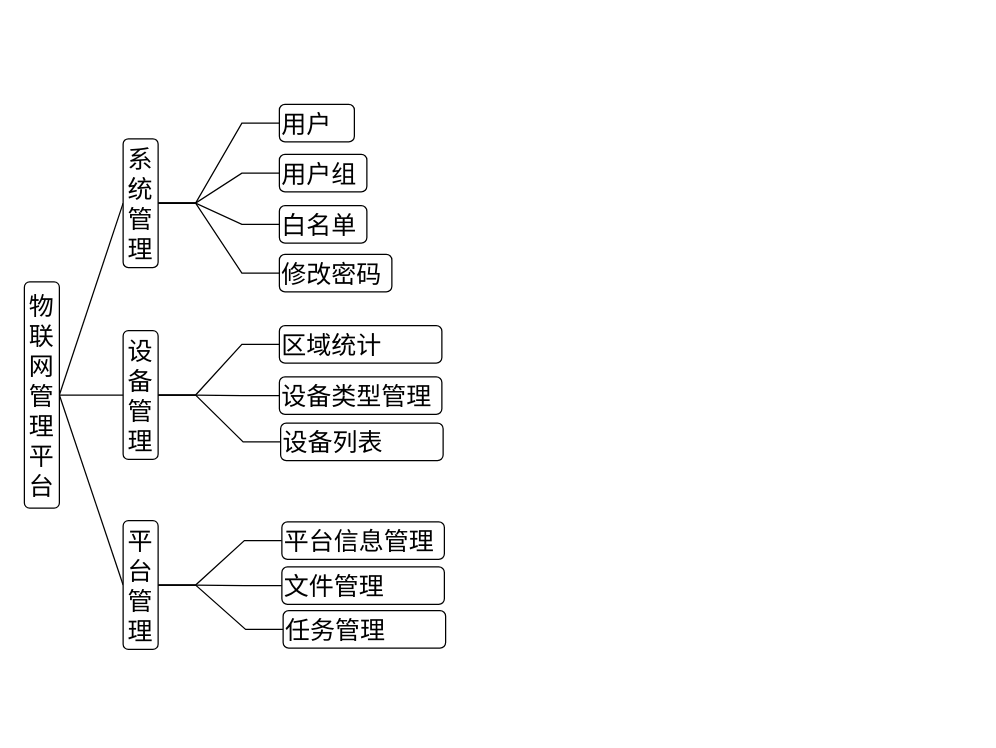
Earlier version of the draw.io diagram IOTManage/function-divide.drawio (waterwatermelon/graph). Source tidied: cells renumbered, new cells numbered last; positions are measured from the earlier drawing's top-left corner, leaving out a move shared by most shapes. Both pictures are drawn from the tidied source at 125%, with x=0, y=0 at pixel (24, 104).
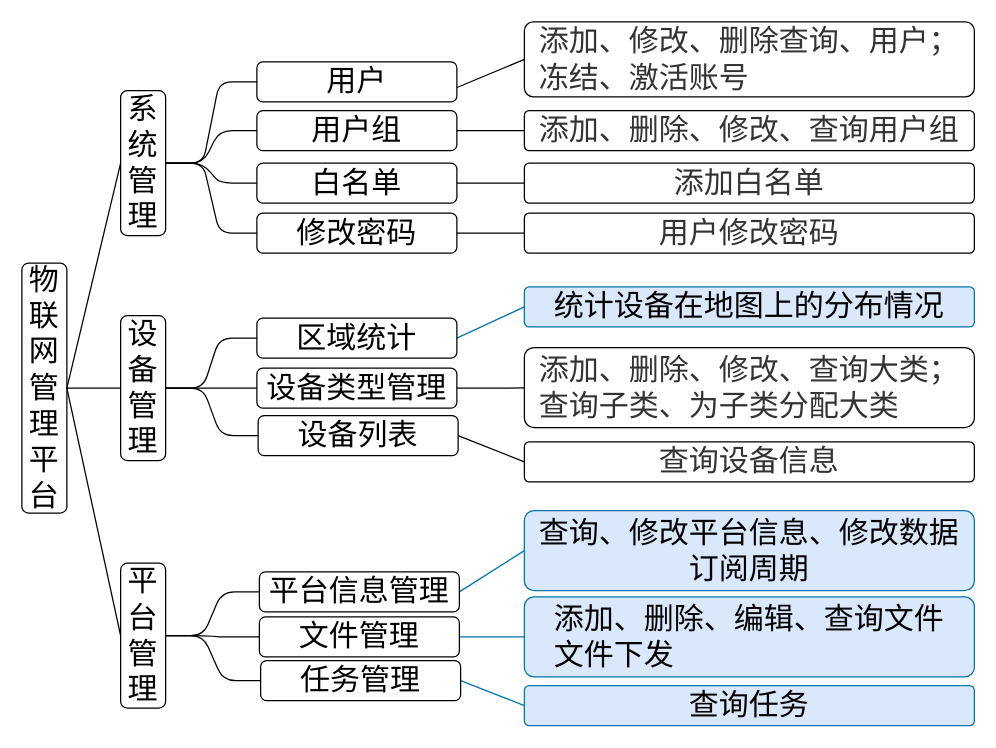
The same page after the edit.

Diff of the diagram source:
```diff
@@
-    <mxCell id="2" style="edgeStyle=entityRelationEdgeStyle;rounded=0;jettySize=auto;html=1;exitX=1;exitY=0.5;exitDx=0;exitDy=0;entryX=0;entryY=0.5;entryDx=0;entryDy=0;endArrow=none;endFill=0;align=left;" parent="1" edge="1" source="27" target="7">
+    <mxCell id="2" style="edgeStyle=entityRelationEdgeStyle;rounded=1;jettySize=auto;html=1;exitX=1;exitY=0.5;exitDx=0;exitDy=0;entryX=0;entryY=0.5;entryDx=0;entryDy=0;endArrow=none;align=center;fontSize=24;fontColor=#000000;fillColor=none;" parent="1" edge="1" source="27" target="7">
       <mxGeometry relative="1" as="geometry" />
     </mxCell>
-    <mxCell id="3" style="edgeStyle=entityRelationEdgeStyle;rounded=0;jettySize=auto;html=1;entryX=0;entryY=0.5;entryDx=0;entryDy=0;endArrow=none;endFill=0;align=left;exitX=1;exitY=0.5;exitDx=0;exitDy=0;" parent="1" edge="1" source="27" target="9">
+    <mxCell id="3" style="edgeStyle=entityRelationEdgeStyle;rounded=1;jettySize=auto;html=1;entryX=0;entryY=0.5;entryDx=0;entryDy=0;endArrow=none;align=center;exitX=1;exitY=0.5;exitDx=0;exitDy=0;fontSize=24;fontColor=#000000;fillColor=none;" parent="1" edge="1" source="27" target="9">
       <mxGeometry relative="1" as="geometry" />
     </mxCell>
-    <mxCell id="4" style="edgeStyle=entityRelationEdgeStyle;rounded=0;jettySize=auto;html=1;entryX=0;entryY=0.5;entryDx=0;entryDy=0;endArrow=none;endFill=0;align=left;exitX=1;exitY=0.5;exitDx=0;exitDy=0;" parent="1" edge="1" source="27" target="8">
+    <mxCell id="4" style="edgeStyle=entityRelationEdgeStyle;rounded=1;jettySize=auto;html=1;entryX=0;entryY=0.5;entryDx=0;entryDy=0;endArrow=none;align=center;exitX=1;exitY=0.5;exitDx=0;exitDy=0;fontSize=24;fontColor=#000000;fillColor=none;" parent="1" edge="1" source="27" target="8">
       <mxGeometry relative="1" as="geometry" />
     </mxCell>
-    <mxCell id="5" style="edgeStyle=entityRelationEdgeStyle;rounded=0;jettySize=auto;html=1;entryX=0;entryY=0.5;entryDx=0;entryDy=0;endArrow=none;endFill=0;align=left;exitX=1;exitY=0.5;exitDx=0;exitDy=0;" parent="1" edge="1" source="27" target="6">
+    <mxCell id="5" style="edgeStyle=entityRelationEdgeStyle;rounded=1;jettySize=auto;html=1;entryX=0;entryY=0.5;entryDx=0;entryDy=0;endArrow=none;align=center;exitX=1;exitY=0.5;exitDx=0;exitDy=0;fontSize=24;fontColor=#000000;fillColor=none;" parent="1" edge="1" source="27" target="6">
       <mxGeometry relative="1" as="geometry" />
     </mxCell>
+    <mxCell id="29" style="edgeStyle=none;rounded=1;jettySize=auto;html=1;exitX=1;exitY=0.5;exitDx=0;exitDy=0;entryX=0;entryY=0.5;entryDx=0;entryDy=0;endArrow=none;fontSize=24;fontColor=#000000;align=center;fillColor=none;" parent="1" edge="1" target="30">
+      <mxGeometry relative="1" as="geometry">
+        <mxPoint x="346.1" y="-13.5" as="sourcePoint" />
+      </mxGeometry>
+    </mxCell>
-    <mxCell id="6" value="&lt;font style=&quot;font-size: 20px&quot;&gt;用户&lt;/font&gt;" style="rounded=1;whiteSpace=wrap;html=1;align=left;" parent="1" vertex="1">
-      <mxGeometry x="204" width="60" height="30" as="geometry" />
+    <mxCell id="6" value="&lt;font style=&quot;font-size: 24px;&quot;&gt;用户&lt;/font&gt;" style="rounded=1;whiteSpace=wrap;html=1;align=center;fontSize=24;fillColor=none;" parent="1" vertex="1">
+      <mxGeometry x="186" y="-34" width="160" height="32" as="geometry" />
     </mxCell>
+    <mxCell id="30" value="&lt;font style=&quot;font-size: 24px&quot;&gt;添加、修改、删除查询、用户；&lt;br&gt;&lt;div style=&quot;text-align: left&quot;&gt;&lt;span&gt;冻结、激活账号&lt;/span&gt;&lt;/div&gt;&lt;/font&gt;" style="rounded=1;whiteSpace=wrap;html=1;align=center;fontSize=24;fillColor=none;arcSize=12;fontStyle=0;fontColor=#333333;" parent="1" vertex="1">
+      <mxGeometry x="400" y="-66" width="360" height="60" as="geometry" />
+    </mxCell>
-    <mxCell id="7" value="&lt;font style=&quot;font-size: 20px&quot;&gt;用户组&lt;/font&gt;" style="rounded=1;whiteSpace=wrap;html=1;align=left;" parent="1" vertex="1">
-      <mxGeometry x="204" y="40" width="70" height="30" as="geometry" />
+    <mxCell id="7" value="&lt;font style=&quot;font-size: 24px;&quot;&gt;用户组&lt;/font&gt;" style="rounded=1;whiteSpace=wrap;html=1;align=center;fontSize=24;fillColor=none;" parent="1" vertex="1">
+      <mxGeometry x="186" y="5" width="160" height="32" as="geometry" />
     </mxCell>
+    <mxCell id="31" style="edgeStyle=entityRelationEdgeStyle;rounded=0;jettySize=auto;html=1;endArrow=none;endFill=0;fontSize=24;fontColor=#333333;align=center;" parent="1" edge="1" source="32" target="7">
+      <mxGeometry relative="1" as="geometry" />
+    </mxCell>
+    <mxCell id="32" value="添加、删除、修改、查询用户组&lt;br&gt;" style="rounded=1;whiteSpace=wrap;html=1;align=center;fontSize=24;fillColor=none;arcSize=12;fontStyle=0;fontColor=#333333;" parent="1" vertex="1">
+      <mxGeometry x="400" y="5" width="360" height="32" as="geometry" />
+    </mxCell>
+    <mxCell id="33" style="edgeStyle=entityRelationEdgeStyle;rounded=0;jettySize=auto;html=1;exitX=1;exitY=0.5;exitDx=0;exitDy=0;entryX=0;entryY=0.5;entryDx=0;entryDy=0;endArrow=none;endFill=0;fontSize=24;fontColor=#333333;align=center;" parent="1" edge="1" source="8" target="48">
+      <mxGeometry relative="1" as="geometry" />
+    </mxCell>
-    <mxCell id="8" value="&lt;span style=&quot;font-size: 20px&quot;&gt;白名单&lt;/span&gt;" style="rounded=1;whiteSpace=wrap;html=1;align=left;" parent="1" vertex="1">
-      <mxGeometry x="204" y="81" width="70" height="30" as="geometry" />
+    <mxCell id="8" value="&lt;span style=&quot;font-size: 24px;&quot;&gt;白名单&lt;/span&gt;" style="rounded=1;whiteSpace=wrap;html=1;align=center;fontSize=24;fillColor=none;" parent="1" vertex="1">
+      <mxGeometry x="186" y="47" width="160" height="32" as="geometry" />
     </mxCell>
+    <mxCell id="34" style="edgeStyle=entityRelationEdgeStyle;rounded=0;jettySize=auto;html=1;exitX=1;exitY=0.5;exitDx=0;exitDy=0;entryX=0;entryY=0.5;entryDx=0;entryDy=0;endArrow=none;endFill=0;fontSize=24;fontColor=#333333;align=center;" parent="1" edge="1" source="9" target="35">
+      <mxGeometry relative="1" as="geometry" />
+    </mxCell>
-    <mxCell id="9" value="&lt;span style=&quot;font-size: 20px&quot;&gt;修改密码&lt;/span&gt;" style="rounded=1;whiteSpace=wrap;html=1;align=left;" parent="1" vertex="1">
-      <mxGeometry x="204" y="120" width="90" height="30" as="geometry" />
+    <mxCell id="9" value="&lt;span style=&quot;font-size: 24px;&quot;&gt;修改密码&lt;/span&gt;" style="rounded=1;whiteSpace=wrap;html=1;align=center;fontSize=24;fillColor=none;" parent="1" vertex="1">
+      <mxGeometry x="186" y="87" width="160" height="32" as="geometry" />
     </mxCell>
+    <mxCell id="35" value="&lt;span style=&quot;font-size: 24px&quot;&gt;用户修改密码&lt;/span&gt;" style="rounded=1;whiteSpace=wrap;html=1;align=center;fontSize=24;fillColor=none;arcSize=12;fontStyle=0;fontColor=#333333;" parent="1" vertex="1">
+      <mxGeometry x="400" y="87" width="360" height="32" as="geometry" />
+    </mxCell>
-    <mxCell id="10" style="edgeStyle=entityRelationEdgeStyle;rounded=0;jettySize=auto;html=1;exitX=1;exitY=0.5;exitDx=0;exitDy=0;entryX=0;entryY=0.5;entryDx=0;entryDy=0;endArrow=none;endFill=0;align=left;" parent="1" edge="1" source="13" target="15">
+    <mxCell id="10" style="edgeStyle=entityRelationEdgeStyle;rounded=1;jettySize=auto;html=1;exitX=1;exitY=0.5;exitDx=0;exitDy=0;entryX=0;entryY=0.5;entryDx=0;entryDy=0;endArrow=none;align=center;fontSize=24;fontColor=#000000;fillColor=none;" parent="1" edge="1" source="13" target="15">
       <mxGeometry relative="1" as="geometry" />
     </mxCell>
-    <mxCell id="11" style="edgeStyle=entityRelationEdgeStyle;rounded=0;jettySize=auto;html=1;exitX=1;exitY=0.5;exitDx=0;exitDy=0;entryX=0;entryY=0.5;entryDx=0;entryDy=0;endArrow=none;endFill=0;align=left;" parent="1" edge="1" source="13" target="16">
+    <mxCell id="11" style="edgeStyle=entityRelationEdgeStyle;rounded=1;jettySize=auto;html=1;exitX=1;exitY=0.5;exitDx=0;exitDy=0;entryX=0;entryY=0.5;entryDx=0;entryDy=0;endArrow=none;align=center;fontSize=24;fontColor=#000000;fillColor=none;" parent="1" edge="1" source="13" target="16">
       <mxGeometry relative="1" as="geometry" />
     </mxCell>
-    <mxCell id="12" style="edgeStyle=entityRelationEdgeStyle;rounded=0;jettySize=auto;html=1;exitX=1;exitY=0.5;exitDx=0;exitDy=0;entryX=0;entryY=0.5;entryDx=0;entryDy=0;endArrow=none;endFill=0;align=left;" parent="1" edge="1" source="13" target="14">
+    <mxCell id="12" style="edgeStyle=entityRelationEdgeStyle;rounded=1;jettySize=auto;html=1;exitX=1;exitY=0.5;exitDx=0;exitDy=0;entryX=0;entryY=0.5;entryDx=0;entryDy=0;endArrow=none;align=center;fontSize=24;fontColor=#000000;fillColor=none;" parent="1" edge="1" source="13" target="14">
       <mxGeometry relative="1" as="geometry" />
     </mxCell>
-    <mxCell id="13" value="&lt;font style=&quot;font-size: 20px&quot;&gt;设备管理&lt;/font&gt;" style="rounded=1;whiteSpace=wrap;html=1;align=center;" parent="1" vertex="1">
-      <mxGeometry x="79" y="181" width="28" height="103" as="geometry" />
+    <mxCell id="13" value="&lt;font style=&quot;font-size: 24px;&quot;&gt;设备管理&lt;/font&gt;" style="rounded=1;whiteSpace=wrap;html=1;align=center;fontSize=24;fillColor=none;" parent="1" vertex="1">
+      <mxGeometry x="77" y="169" width="36" height="116" as="geometry" />
     </mxCell>
+    <mxCell id="36" style="edgeStyle=none;rounded=1;jettySize=auto;html=1;exitX=1;exitY=0.5;exitDx=0;exitDy=0;entryX=0;entryY=0.5;entryDx=0;entryDy=0;endArrow=none;fontSize=24;fontColor=#000000;align=center;fillColor=#dae8fc;strokeColor=#0174AB;" parent="1" edge="1" source="14" target="37">
+      <mxGeometry relative="1" as="geometry" />
+    </mxCell>
-    <mxCell id="14" value="&lt;span style=&quot;font-size: 20px&quot;&gt;区域统计&lt;/span&gt;" style="rounded=1;whiteSpace=wrap;html=1;align=left;" parent="1" vertex="1">
-      <mxGeometry x="204" y="177" width="130" height="30" as="geometry" />
+    <mxCell id="14" value="&lt;span style=&quot;font-size: 24px;&quot;&gt;区域统计&lt;/span&gt;" style="rounded=1;whiteSpace=wrap;html=1;align=center;fontSize=24;fillColor=none;" parent="1" vertex="1">
+      <mxGeometry x="186" y="171" width="160" height="32" as="geometry" />
     </mxCell>
+    <mxCell id="37" value="&lt;span style=&quot;font-size: 24px&quot;&gt;统计设备在地图上的分布情况&lt;/span&gt;" style="rounded=1;whiteSpace=wrap;html=1;align=center;fontSize=24;fillColor=#dae8fc;strokeColor=#0174AB;arcSize=12;fontStyle=0;fontColor=#000000;labelBackgroundColor=none;" parent="1" vertex="1">
+      <mxGeometry x="400" y="146" width="360" height="32" as="geometry" />
+    </mxCell>
+    <mxCell id="38" style="edgeStyle=none;rounded=1;jettySize=auto;html=1;endArrow=none;fontSize=24;fontColor=#000000;align=center;exitX=1;exitY=0.5;exitDx=0;exitDy=0;fillColor=none;" parent="1" edge="1" source="15" target="39">
+      <mxGeometry relative="1" as="geometry" />
+    </mxCell>
-    <mxCell id="15" value="&lt;span style=&quot;font-size: 20px&quot;&gt;设备类型管理&lt;/span&gt;" style="rounded=1;whiteSpace=wrap;html=1;align=left;" parent="1" vertex="1">
-      <mxGeometry x="204" y="218" width="130" height="30" as="geometry" />
+    <mxCell id="15" value="&lt;span style=&quot;font-size: 24px;&quot;&gt;设备类型管理&lt;/span&gt;" style="rounded=1;whiteSpace=wrap;html=1;align=center;fontSize=24;fillColor=none;" parent="1" vertex="1">
+      <mxGeometry x="186" y="211" width="160" height="32" as="geometry" />
     </mxCell>
+    <mxCell id="39" value="&lt;div style=&quot;text-align: left&quot;&gt;&lt;span&gt;添加、删除、修改、查询大类；&lt;/span&gt;&lt;/div&gt;&lt;span style=&quot;font-size: 24px&quot;&gt;&lt;div style=&quot;text-align: left&quot;&gt;&lt;span&gt;查询子类、为子类分配大类&lt;/span&gt;&lt;/div&gt;&lt;/span&gt;" style="rounded=1;whiteSpace=wrap;html=1;align=center;fontSize=24;fillColor=none;arcSize=12;fontStyle=0;fontColor=#333333;" parent="1" vertex="1">
+      <mxGeometry x="400" y="194.5" width="360" height="64" as="geometry" />
+    </mxCell>
+    <mxCell id="40" style="edgeStyle=none;rounded=1;jettySize=auto;html=1;exitX=1;exitY=0.5;exitDx=0;exitDy=0;entryX=0;entryY=0.5;entryDx=0;entryDy=0;endArrow=none;fontSize=24;fontColor=#000000;align=center;fillColor=none;" parent="1" edge="1" source="16" target="41">
+      <mxGeometry relative="1" as="geometry" />
+    </mxCell>
-    <mxCell id="16" value="&lt;span style=&quot;font-size: 20px&quot;&gt;设备列表&lt;/span&gt;" style="rounded=1;whiteSpace=wrap;html=1;align=left;" parent="1" vertex="1">
-      <mxGeometry x="205" y="255" width="130" height="30" as="geometry" />
+    <mxCell id="16" value="&lt;span style=&quot;font-size: 24px;&quot;&gt;设备列表&lt;/span&gt;" style="rounded=1;whiteSpace=wrap;html=1;align=center;fontSize=24;fillColor=none;" parent="1" vertex="1">
+      <mxGeometry x="187" y="249" width="160" height="32" as="geometry" />
     </mxCell>
+    <mxCell id="41" value="&lt;span style=&quot;font-size: 24px&quot;&gt;查询设备信息&lt;/span&gt;" style="rounded=1;whiteSpace=wrap;html=1;align=center;fontSize=24;fillColor=none;arcSize=12;fontStyle=0;fontColor=#333333;" parent="1" vertex="1">
+      <mxGeometry x="400" y="270" width="360" height="32" as="geometry" />
+    </mxCell>
-    <mxCell id="17" style="edgeStyle=entityRelationEdgeStyle;rounded=0;jettySize=auto;html=1;exitX=1;exitY=0.5;exitDx=0;exitDy=0;entryX=0;entryY=0.5;entryDx=0;entryDy=0;endArrow=none;endFill=0;align=left;" parent="1" edge="1" source="28" target="21">
+    <mxCell id="17" style="edgeStyle=entityRelationEdgeStyle;rounded=1;jettySize=auto;html=1;exitX=1;exitY=0.5;exitDx=0;exitDy=0;entryX=0;entryY=0.5;entryDx=0;entryDy=0;endArrow=none;align=center;fontSize=24;fontColor=#000000;fillColor=none;" parent="1" edge="1" source="28" target="21">
       <mxGeometry relative="1" as="geometry" />
     </mxCell>
-    <mxCell id="18" style="edgeStyle=entityRelationEdgeStyle;rounded=0;jettySize=auto;html=1;entryX=0;entryY=0.5;entryDx=0;entryDy=0;endArrow=none;endFill=0;align=left;exitX=1;exitY=0.5;exitDx=0;exitDy=0;" parent="1" edge="1" source="28" target="20">
+    <mxCell id="18" style="edgeStyle=entityRelationEdgeStyle;rounded=1;jettySize=auto;html=1;entryX=0;entryY=0.5;entryDx=0;entryDy=0;endArrow=none;align=center;exitX=1;exitY=0.5;exitDx=0;exitDy=0;fontSize=24;fontColor=#000000;fillColor=none;" parent="1" edge="1" source="28" target="20">
       <mxGeometry relative="1" as="geometry" />
     </mxCell>
-    <mxCell id="19" style="edgeStyle=entityRelationEdgeStyle;rounded=0;jettySize=auto;html=1;entryX=0;entryY=0.5;entryDx=0;entryDy=0;endArrow=none;endFill=0;align=left;exitX=1;exitY=0.5;exitDx=0;exitDy=0;" parent="1" edge="1" source="28" target="22">
+    <mxCell id="19" style="edgeStyle=entityRelationEdgeStyle;rounded=1;jettySize=auto;html=1;entryX=0;entryY=0.5;entryDx=0;entryDy=0;endArrow=none;align=center;exitX=1;exitY=0.5;exitDx=0;exitDy=0;fontSize=24;fontColor=#000000;fillColor=none;" parent="1" edge="1" source="28" target="22">
       <mxGeometry relative="1" as="geometry" />
     </mxCell>
+    <mxCell id="42" style="edgeStyle=none;rounded=1;jettySize=auto;html=1;endArrow=none;fontSize=24;fontColor=#000000;align=center;exitX=1;exitY=0.5;exitDx=0;exitDy=0;entryX=0;entryY=0.5;entryDx=0;entryDy=0;fillColor=#dae8fc;strokeColor=#0174AB;" parent="1" edge="1" source="20" target="43">
+      <mxGeometry relative="1" as="geometry" />
+    </mxCell>
-    <mxCell id="20" value="&lt;span style=&quot;font-size: 20px&quot;&gt;平台信息管理&lt;/span&gt;" style="rounded=1;whiteSpace=wrap;html=1;align=left;" parent="1" vertex="1">
-      <mxGeometry x="206" y="334" width="130" height="30" as="geometry" />
+    <mxCell id="20" value="&lt;span style=&quot;font-size: 24px;&quot;&gt;平台信息管理&lt;/span&gt;" style="rounded=1;whiteSpace=wrap;html=1;align=center;fontSize=24;fillColor=none;" parent="1" vertex="1">
+      <mxGeometry x="188" y="374" width="160" height="32" as="geometry" />
     </mxCell>
+    <mxCell id="43" value="&lt;div style=&quot;text-align: center&quot;&gt;&lt;span&gt;查询、修改平台信息、修改数据订阅周期&lt;/span&gt;&lt;/div&gt;" style="rounded=1;whiteSpace=wrap;html=1;align=center;fontSize=24;fillColor=#dae8fc;strokeColor=#0174AB;arcSize=12;fontStyle=0;fontColor=#000000;labelBackgroundColor=none;" parent="1" vertex="1">
+      <mxGeometry x="400" y="325" width="360" height="64" as="geometry" />
+    </mxCell>
+    <mxCell id="44" style="edgeStyle=none;rounded=1;jettySize=auto;html=1;exitX=1;exitY=0.5;exitDx=0;exitDy=0;entryX=0;entryY=0.5;entryDx=0;entryDy=0;endArrow=none;fontSize=24;fontColor=#000000;align=center;fillColor=#dae8fc;strokeColor=#0174AB;" parent="1" edge="1" source="21" target="45">
+      <mxGeometry relative="1" as="geometry" />
+    </mxCell>
-    <mxCell id="21" value="&lt;span style=&quot;font-size: 20px&quot;&gt;文件管理&lt;/span&gt;" style="rounded=1;whiteSpace=wrap;html=1;align=left;" parent="1" vertex="1">
-      <mxGeometry x="206" y="370" width="130" height="30" as="geometry" />
+    <mxCell id="21" value="&lt;span style=&quot;font-size: 24px;&quot;&gt;文件管理&lt;/span&gt;" style="rounded=1;whiteSpace=wrap;html=1;align=center;fontSize=24;fillColor=none;" parent="1" vertex="1">
+      <mxGeometry x="188" y="410" width="160" height="32" as="geometry" />
     </mxCell>
+    <mxCell id="45" value="&lt;div style=&quot;text-align: left&quot;&gt;&lt;span&gt;添加、删除、编辑、查询文件&lt;/span&gt;&lt;/div&gt;&lt;div style=&quot;text-align: left&quot;&gt;&lt;span&gt;文件下发&lt;/span&gt;&lt;/div&gt;" style="rounded=1;whiteSpace=wrap;html=1;align=center;fontSize=24;fillColor=#dae8fc;strokeColor=#0174AB;arcSize=12;fontStyle=0;fontColor=#000000;labelBackgroundColor=none;" parent="1" vertex="1">
+      <mxGeometry x="400" y="394" width="360" height="64" as="geometry" />
+    </mxCell>
+    <mxCell id="46" style="edgeStyle=none;rounded=1;jettySize=auto;html=1;endArrow=none;fontSize=24;fontColor=#000000;align=center;entryX=0;entryY=0.5;entryDx=0;entryDy=0;exitX=1;exitY=0.5;exitDx=0;exitDy=0;fillColor=#dae8fc;strokeColor=#0174AB;" parent="1" edge="1" source="22" target="47">
+      <mxGeometry relative="1" as="geometry" />
+    </mxCell>
-    <mxCell id="22" value="&lt;span style=&quot;font-size: 20px&quot;&gt;任务管理&lt;/span&gt;" style="rounded=1;whiteSpace=wrap;html=1;align=left;" parent="1" vertex="1">
-      <mxGeometry x="207" y="405" width="130" height="30" as="geometry" />
+    <mxCell id="22" value="&lt;span style=&quot;font-size: 24px;&quot;&gt;任务管理&lt;/span&gt;" style="rounded=1;whiteSpace=wrap;html=1;align=center;fontSize=24;fillColor=none;" parent="1" vertex="1">
+      <mxGeometry x="189" y="445" width="160" height="32" as="geometry" />
     </mxCell>
+    <mxCell id="47" value="&lt;span style=&quot;font-size: 24px&quot;&gt;查询任务&lt;/span&gt;" style="rounded=1;whiteSpace=wrap;html=1;align=center;fontSize=24;fillColor=#dae8fc;strokeColor=#0174AB;arcSize=12;fontStyle=0;fontColor=#000000;labelBackgroundColor=none;" parent="1" vertex="1">
+      <mxGeometry x="400" y="465" width="360" height="32" as="geometry" />
+    </mxCell>
-    <mxCell id="23" style="rounded=0;jettySize=auto;html=1;exitX=1;exitY=0.5;exitDx=0;exitDy=0;entryX=0;entryY=0.5;entryDx=0;entryDy=0;endArrow=none;endFill=0;align=left;" parent="1" edge="1" source="26" target="27">
+    <mxCell id="23" style="rounded=1;jettySize=auto;html=1;exitX=1;exitY=0.5;exitDx=0;exitDy=0;entryX=0;entryY=0.5;entryDx=0;entryDy=0;endArrow=none;align=center;fontSize=24;fontColor=#000000;fillColor=none;" parent="1" edge="1" source="26" target="27">
       <mxGeometry relative="1" as="geometry" />
     </mxCell>
-    <mxCell id="24" style="edgeStyle=orthogonalEdgeStyle;curved=1;rounded=0;jettySize=auto;html=1;exitX=1;exitY=0.5;exitDx=0;exitDy=0;endArrow=none;endFill=0;align=left;" parent="1" edge="1" source="26" target="13">
+    <mxCell id="24" style="edgeStyle=orthogonalEdgeStyle;curved=1;rounded=1;jettySize=auto;html=1;exitX=1;exitY=0.5;exitDx=0;exitDy=0;endArrow=none;align=center;fontSize=24;fontColor=#000000;fillColor=none;" parent="1" edge="1" source="26" target="13">
       <mxGeometry relative="1" as="geometry" />
     </mxCell>
-    <mxCell id="25" style="rounded=0;jettySize=auto;html=1;exitX=1;exitY=0.5;exitDx=0;exitDy=0;entryX=0;entryY=0.5;entryDx=0;entryDy=0;endArrow=none;endFill=0;align=left;" parent="1" edge="1" source="26" target="28">
+    <mxCell id="25" style="rounded=1;jettySize=auto;html=1;exitX=1;exitY=0.5;exitDx=0;exitDy=0;entryX=0;entryY=0.5;entryDx=0;entryDy=0;endArrow=none;align=center;fontSize=24;fontColor=#000000;fillColor=none;" parent="1" edge="1" source="26" target="28">
       <mxGeometry relative="1" as="geometry" />
     </mxCell>
-    <mxCell id="26" value="&lt;font style=&quot;font-size: 20px&quot;&gt;物联网管理平台&lt;/font&gt;" style="rounded=1;whiteSpace=wrap;html=1;align=center;" parent="1" vertex="1">
-      <mxGeometry y="142" width="28" height="181" as="geometry" />
+    <mxCell id="26" value="&lt;font style=&quot;font-size: 24px;&quot;&gt;物联网管理平台&lt;/font&gt;" style="rounded=1;whiteSpace=wrap;html=1;align=center;fontSize=24;fillColor=none;" parent="1" vertex="1">
+      <mxGeometry x="-2" y="127" width="36" height="200" as="geometry" />
     </mxCell>
-    <mxCell id="27" value="&lt;font style=&quot;font-size: 20px&quot;&gt;系统&lt;br&gt;管理&lt;br&gt;&lt;/font&gt;" style="rounded=1;whiteSpace=wrap;html=1;align=center;" parent="1" vertex="1">
-      <mxGeometry x="79" y="27.5" width="28" height="103" as="geometry" />
+    <mxCell id="27" value="&lt;font style=&quot;font-size: 24px;&quot;&gt;系统&lt;br style=&quot;font-size: 24px;&quot;&gt;管理&lt;br style=&quot;font-size: 24px;&quot;&gt;&lt;/font&gt;" style="rounded=1;whiteSpace=wrap;html=1;align=center;fontSize=24;fillColor=none;" parent="1" vertex="1">
+      <mxGeometry x="77" y="-11" width="36" height="116" as="geometry" />
     </mxCell>
-    <mxCell id="28" value="&lt;font style=&quot;font-size: 20px&quot;&gt;平台管理&lt;br&gt;&lt;/font&gt;" style="rounded=1;whiteSpace=wrap;html=1;align=center;" parent="1" vertex="1">
-      <mxGeometry x="79" y="333" width="28" height="103" as="geometry" />
+    <mxCell id="28" value="&lt;font style=&quot;font-size: 24px;&quot;&gt;平台管理&lt;br style=&quot;font-size: 24px;&quot;&gt;&lt;/font&gt;" style="rounded=1;whiteSpace=wrap;html=1;align=center;fontSize=24;fillColor=none;" parent="1" vertex="1">
+      <mxGeometry x="77" y="367" width="36" height="116" as="geometry" />
     </mxCell>
+    <mxCell id="48" value="添加白名单&lt;br&gt;" style="rounded=1;whiteSpace=wrap;html=1;align=center;fontSize=24;fillColor=none;arcSize=12;fontStyle=0;fontColor=#333333;" parent="1" vertex="1">
+      <mxGeometry x="400" y="47" width="360" height="32" as="geometry" />
+    </mxCell>
```
